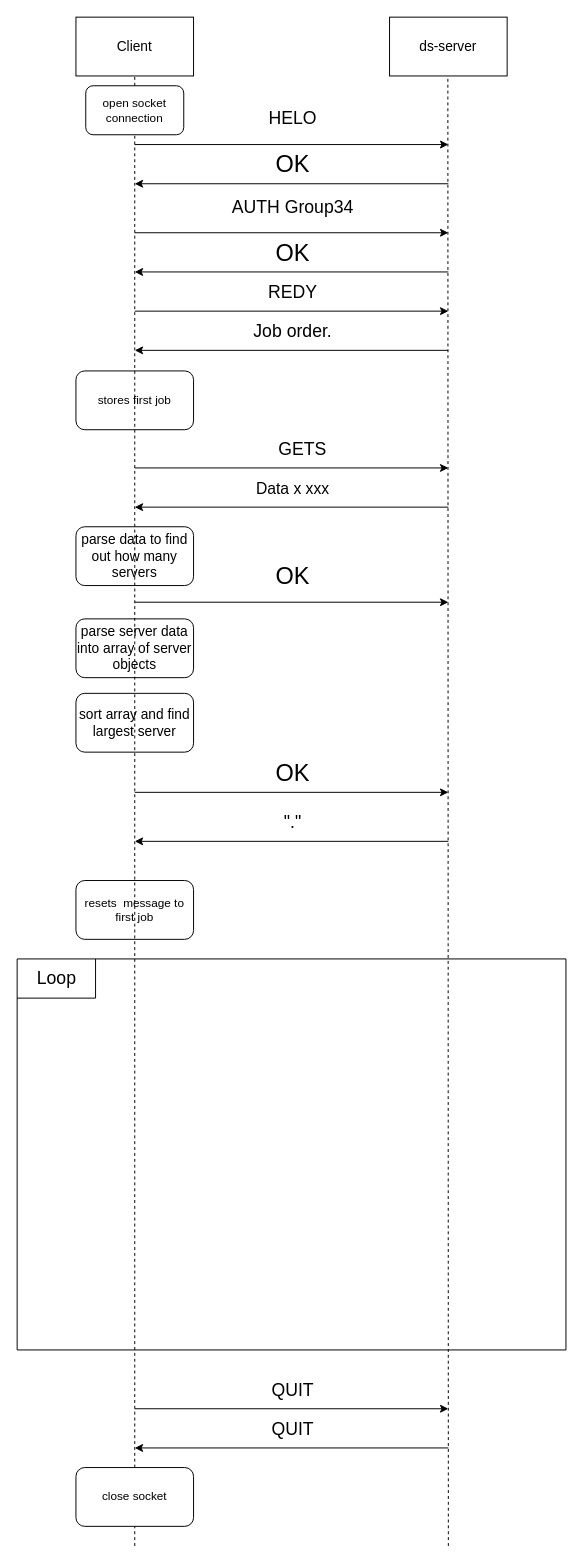
Above: workflow of client with server diagram.drawio in MQASumer/Group34ATL (draw.io), before the change. Source tidied: cells renumbered, new cells numbered last; positions are measured from the earlier drawing's top-left corner, leaving out a move shared by most shapes. Both pictures are drawn from the tidied source at 98%, with x=0, y=0 at pixel (17, 17).
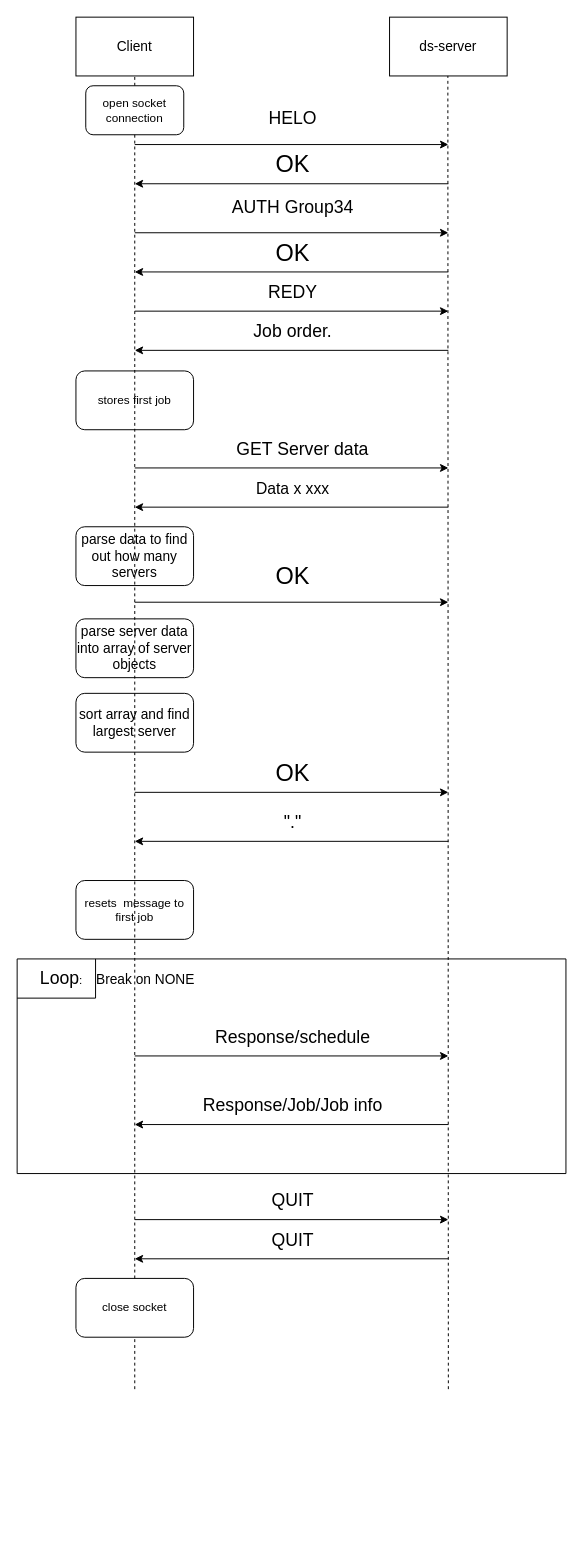
Above is the later version.

Commit message (it also covers changes not shown here):
Finished diagram

The change refers to these unchanged cells:
```xml
<mxCell id="21" style="endArrow=classic;html=1;" parent="1" edge="1">
  <mxGeometry relative="1" as="geometry">
    <mxPoint x="120" y="460" as="sourcePoint" />
    <mxPoint x="440" y="460" as="targetPoint" />
  </mxGeometry>
</mxCell>
```

What changed in the source:
```diff
@@
     <mxCell id="5" style="endArrow=none;dashed=1;html=1;entryX=0.5;entryY=1;entryDx=0;entryDy=0;" parent="1" edge="1">
       <mxGeometry relative="1" as="geometry">
-        <mxPoint x="440" y="1560" as="sourcePoint" />
+        <mxPoint x="440" y="1400" as="sourcePoint" />
         <mxPoint x="439.5" y="60" as="targetPoint" />
       </mxGeometry>
     </mxCell>
@@
     <mxCell id="13" style="endArrow=none;html=1;" parent="1" edge="1">
       <mxGeometry relative="1" as="geometry">
-        <mxPoint y="1360" as="sourcePoint" />
+        <mxPoint y="1180" as="sourcePoint" />
         <mxPoint y="961" as="targetPoint" />
       </mxGeometry>
     </mxCell>
     <mxCell id="14" style="endArrow=none;html=1;" parent="1" edge="1">
       <mxGeometry relative="1" as="geometry">
-        <mxPoint x="560" y="1360" as="sourcePoint" />
-        <mxPoint y="1360" as="targetPoint" />
+        <mxPoint x="560" y="1180" as="sourcePoint" />
+        <mxPoint y="1180" as="targetPoint" />
       </mxGeometry>
     </mxCell>
     <mxCell id="15" style="endArrow=none;html=1;" parent="1" edge="1">
       <mxGeometry relative="1" as="geometry">
-        <mxPoint x="560" y="1360" as="sourcePoint" />
+        <mxPoint x="560" y="1180" as="sourcePoint" />
         <mxPoint x="560" y="961" as="targetPoint" />
       </mxGeometry>
     </mxCell>
@@
-    <mxCell id="18" value="&lt;font style=&quot;font-size: 18px&quot;&gt;Loop&lt;/font&gt;" style="text;html=1;align=center;verticalAlign=middle;strokeColor=none;" parent="1" vertex="1">
-      <mxGeometry x="10" y="971" width="60" height="20" as="geometry" />
+    <mxCell id="18" value="&lt;font style=&quot;font-size: 18px&quot;&gt;Loop&lt;/font&gt;: &amp;nbsp;&amp;nbsp;&lt;font style=&quot;font-size: 14px&quot;&gt; Break on NONE&lt;/font&gt;" style="text;html=1;align=center;verticalAlign=middle;strokeColor=none;" parent="1" vertex="1">
+      <mxGeometry x="17" y="971" width="170" height="20" as="geometry" />
     </mxCell>
@@
-    <mxCell id="22" value="&lt;font style=&quot;font-size: 18px&quot;&gt;GETS&lt;/font&gt;" style="edgeLabel;html=1;align=center;verticalAlign=middle;" parent="21" vertex="1">
+    <mxCell id="22" value="&lt;font style=&quot;font-size: 18px&quot;&gt;GET Server data&lt;br&gt;&lt;/font&gt;" style="edgeLabel;html=1;align=center;verticalAlign=middle;" parent="21" vertex="1">
       <mxGeometry x="0.2" relative="1" as="geometry">
         <mxPoint x="-22" y="-20" as="offset" />
       </mxGeometry>
     </mxCell>
@@
     <mxCell id="40" style="endArrow=classic;html=1;" parent="1" edge="1">
       <mxGeometry relative="1" as="geometry">
-        <mxPoint x="120" y="1420" as="sourcePoint" />
-        <mxPoint x="440" y="1420" as="targetPoint" />
+        <mxPoint x="120" y="1227" as="sourcePoint" />
+        <mxPoint x="440" y="1227" as="targetPoint" />
       </mxGeometry>
     </mxCell>
@@
     <mxCell id="42" value="close socket" style="rounded=1;whiteSpace=wrap;html=1;" parent="1" vertex="1">
-      <mxGeometry x="60" y="1480" width="120" height="60" as="geometry" />
+      <mxGeometry x="60" y="1287" width="120" height="60" as="geometry" />
     </mxCell>
     <mxCell id="43" style="endArrow=none;dashed=1;html=1;entryX=0.5;entryY=1;entryDx=0;entryDy=0;" parent="1" edge="1" target="42">
       <mxGeometry relative="1" as="geometry">
-        <mxPoint x="120" y="1560" as="sourcePoint" />
+        <mxPoint x="120" y="1400" as="sourcePoint" />
       </mxGeometry>
     </mxCell>
@@
     <mxCell id="46" style="endArrow=classic;html=1;" parent="1" edge="1">
       <mxGeometry relative="1" as="geometry">
-        <mxPoint x="440" y="1460" as="sourcePoint" />
-        <mxPoint x="120" y="1460" as="targetPoint" />
+        <mxPoint x="440" y="1267" as="sourcePoint" />
+        <mxPoint x="120" y="1267" as="targetPoint" />
       </mxGeometry>
     </mxCell>
@@
+    <mxCell id="48" style="endArrow=classic;html=1;" parent="1" edge="1">
+      <mxGeometry relative="1" as="geometry">
+        <mxPoint x="120" y="1060" as="sourcePoint" />
+        <mxPoint x="440" y="1060" as="targetPoint" />
+      </mxGeometry>
+    </mxCell>
+    <mxCell id="49" value="&lt;font style=&quot;font-size: 18px&quot;&gt;Response/schedule &lt;/font&gt;" style="edgeLabel;html=1;align=center;verticalAlign=middle;" parent="48" vertex="1">
+      <mxGeometry x="0.2" relative="1" as="geometry">
+        <mxPoint x="-32" y="-20" as="offset" />
+      </mxGeometry>
+    </mxCell>
+    <mxCell id="50" style="endArrow=classic;html=1;" parent="1" edge="1">
+      <mxGeometry relative="1" as="geometry">
+        <mxPoint x="440" y="1130" as="sourcePoint" />
+        <mxPoint x="120" y="1130" as="targetPoint" />
+      </mxGeometry>
+    </mxCell>
+    <mxCell id="51" value="&lt;font style=&quot;font-size: 18px&quot;&gt;Response/Job/Job info&lt;/font&gt;" style="edgeLabel;html=1;align=center;verticalAlign=middle;" parent="50" vertex="1">
+      <mxGeometry x="-0.43" y="2" relative="1" as="geometry">
+        <mxPoint x="-69" y="-22" as="offset" />
+      </mxGeometry>
+    </mxCell>
```
